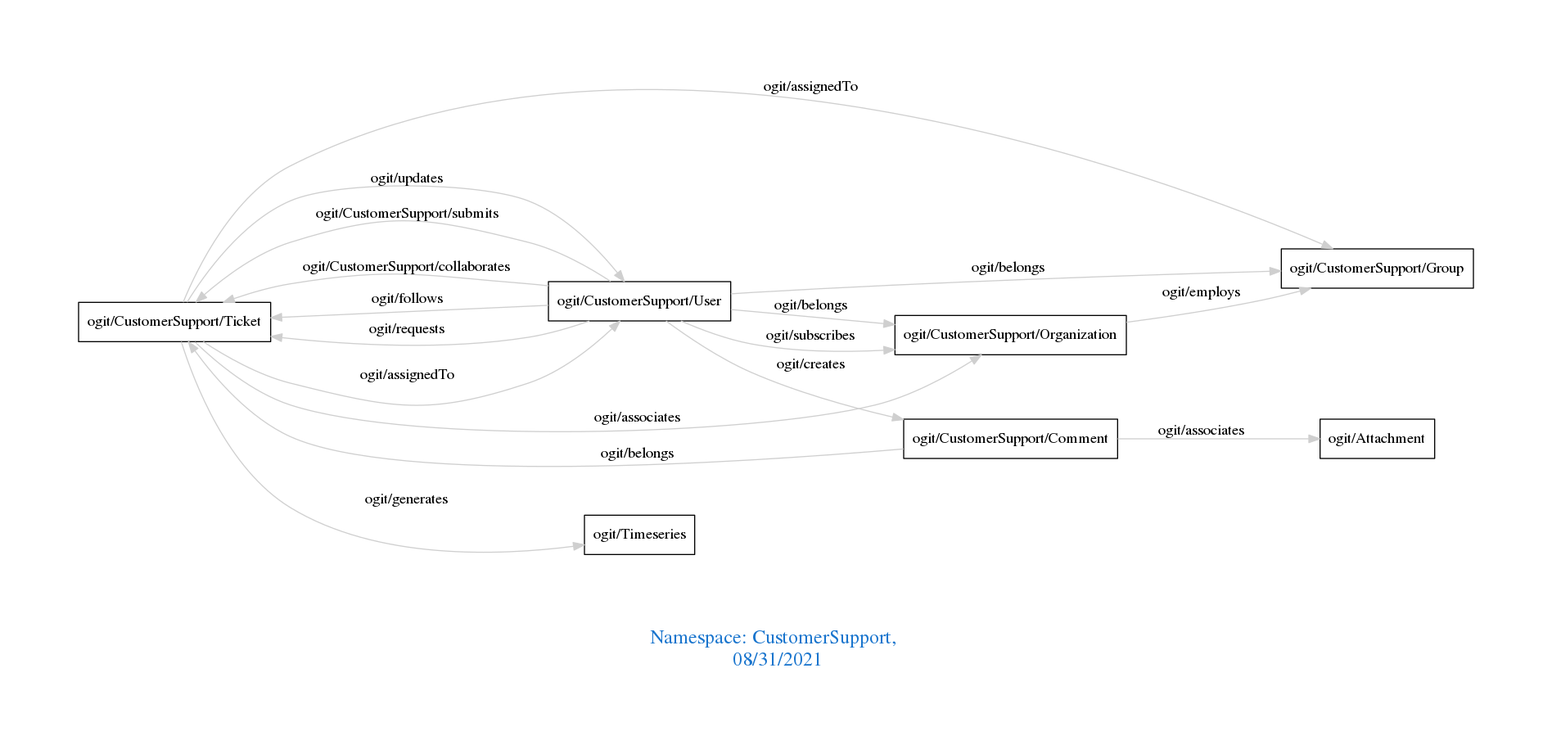
arago/OGIT keeps this Graphviz diagram as downloads/CustomerSupport.png. Above is the earlier version. Its source is kept beside it as downloads/CustomerSupport.dot.
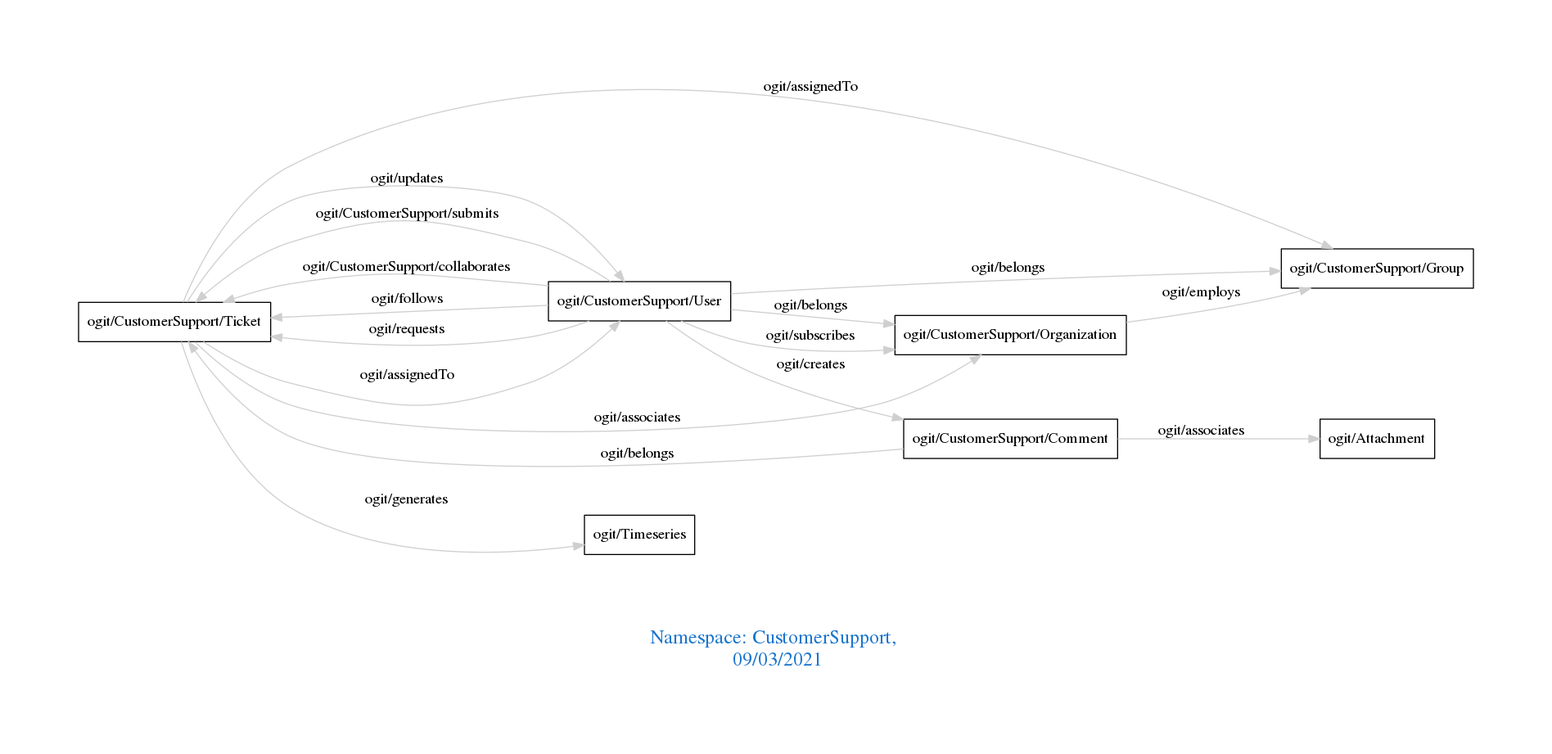
Above is the later version.

Change to the diagram source:
```diff
@@ -1,7 +1,7 @@
 digraph OGIT_ontology {
  graph [ rankdir= LR,pad=1
 fontsize = 18,
-fontcolor= dodgerblue3,label = "\n\n\nNamespace: CustomerSupport, \n 08/31/2021"];
+fontcolor= dodgerblue3,label = "\n\n\nNamespace: CustomerSupport, \n 09/03/2021"];
 node[shape=polygon];
 edge [  color="gray81"];
 
```
